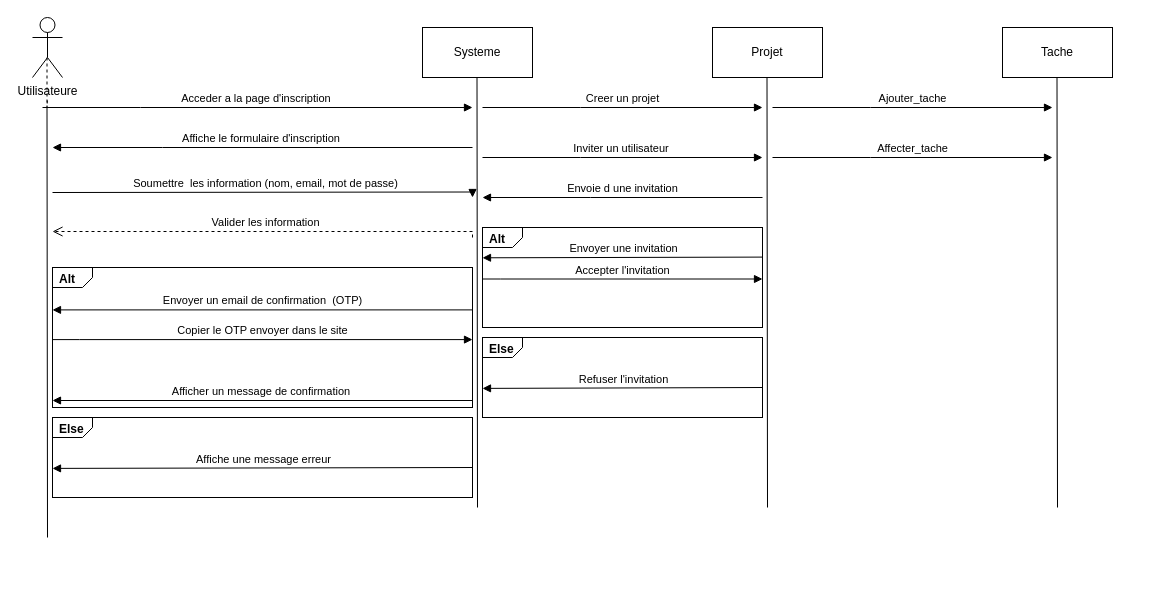
Above: Conception/UML/Diagramme de sequence.drawio in haki24gamer/Mashru3 (draw.io), before the change. Source tidied: cells renumbered, new cells numbered last; positions are measured from the earlier drawing's top-left corner, leaving out a move shared by most shapes. Both pictures are drawn from the tidied source at 100%, with x=0, y=0 at pixel (32, 17).
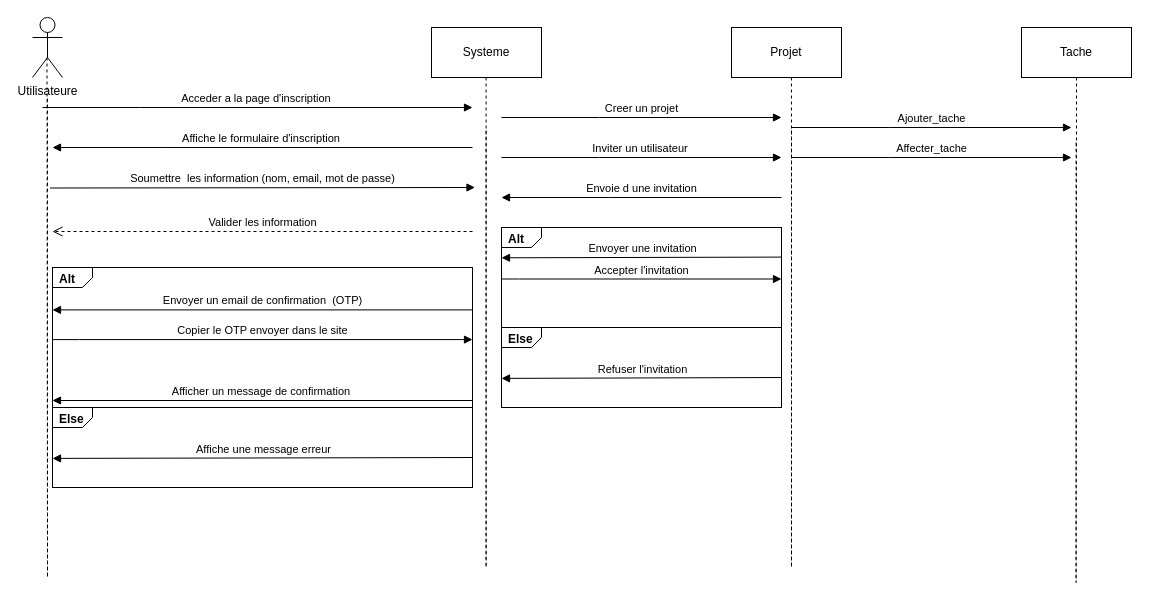
After the change.

Commit message:
Changes to be committed: 	modified:   Conception/UML/Diagramme de sequence.drawio

Diff of the diagram source:
```diff
@@
     <mxCell id="3" value="Valider les information" style="html=1;verticalAlign=bottom;endArrow=open;dashed=1;endSize=8;edgeStyle=elbowEdgeStyle;elbow=vertical;curved=0;rounded=0;" parent="1" edge="1">
       <mxGeometry relative="1" as="geometry">
-        <mxPoint x="440" y="220" as="sourcePoint" />
+        <mxPoint x="440" y="214" as="sourcePoint" />
         <mxPoint x="20" y="214" as="targetPoint" />
         <Array as="points">
           <mxPoint x="125" y="214" />
         </Array>
       </mxGeometry>
     </mxCell>
@@
     <mxCell id="6" value="Soumettre&amp;nbsp; les information (nom, email, mot de passe)" style="html=1;verticalAlign=bottom;endArrow=block;edgeStyle=elbowEdgeStyle;elbow=vertical;curved=0;rounded=0;" parent="1" edge="1">
       <mxGeometry relative="1" as="geometry">
-        <mxPoint x="20" y="175" as="sourcePoint" />
-        <mxPoint x="440" y="180" as="targetPoint" />
+        <mxPoint x="17.5" y="170.5" as="sourcePoint" />
+        <mxPoint x="442.5" y="170" as="targetPoint" />
         <Array as="points">
-          <mxPoint x="116" y="174.5" />
+          <mxPoint x="113.5" y="170" />
         </Array>
       </mxGeometry>
     </mxCell>
     <mxCell id="7" style="edgeStyle=none;html=1;dashed=1;endArrow=none;rounded=0;" parent="1" edge="1">
       <mxGeometry x="1" relative="1" as="geometry">
         <mxPoint x="14.5" y="40" as="sourcePoint" />
         <mxPoint x="15" y="80" as="targetPoint" />
         <Array as="points">
-          <mxPoint x="14.5" y="90" />
+          <mxPoint x="15" y="560" />
         </Array>
       </mxGeometry>
     </mxCell>
@@
     <mxCell id="13" style="html=1;shape=mxgraph.sysml.package;labelX=40;whiteSpace=wrap;align=center;" parent="1" vertex="1">
-      <mxGeometry x="20" y="400" width="420" height="80" as="geometry" />
+      <mxGeometry x="20" y="390" width="420" height="80" as="geometry" />
     </mxCell>
@@
-    <mxCell id="16" style="edgeStyle=none;orthogonalLoop=1;jettySize=auto;html=1;endArrow=none;endFill=0;" parent="1" edge="1">
-      <mxGeometry relative="1" as="geometry">
-        <mxPoint x="14.5" y="90" as="sourcePoint" />
-        <mxPoint x="15" y="520" as="targetPoint" />
-      </mxGeometry>
-    </mxCell>
     <mxCell id="17" value="Systeme" style="whiteSpace=wrap;html=1;" parent="1" vertex="1">
-      <mxGeometry x="390" y="10" width="110" height="50" as="geometry" />
+      <mxGeometry x="399" y="10" width="110" height="50" as="geometry" />
     </mxCell>
-    <mxCell id="18" style="edgeStyle=none;orthogonalLoop=1;jettySize=auto;html=1;endArrow=none;endFill=0;" parent="1" edge="1">
-      <mxGeometry relative="1" as="geometry">
-        <mxPoint x="444.5" y="60" as="sourcePoint" />
-        <mxPoint x="445" y="490" as="targetPoint" />
-      </mxGeometry>
-    </mxCell>
     <mxCell id="19" value="Projet" style="whiteSpace=wrap;html=1;" parent="1" vertex="1">
-      <mxGeometry x="680" y="10" width="110" height="50" as="geometry" />
+      <mxGeometry x="699" y="10" width="110" height="50" as="geometry" />
     </mxCell>
-    <mxCell id="20" style="edgeStyle=none;orthogonalLoop=1;jettySize=auto;html=1;endArrow=none;endFill=0;" parent="1" edge="1">
-      <mxGeometry relative="1" as="geometry">
-        <mxPoint x="734.5" y="60" as="sourcePoint" />
-        <mxPoint x="735" y="490" as="targetPoint" />
-      </mxGeometry>
-    </mxCell>
     <mxCell id="21" value="Tache" style="whiteSpace=wrap;html=1;" parent="1" vertex="1">
-      <mxGeometry x="970" y="10" width="110" height="50" as="geometry" />
+      <mxGeometry x="989" y="10" width="110" height="50" as="geometry" />
     </mxCell>
-    <mxCell id="22" style="edgeStyle=none;orthogonalLoop=1;jettySize=auto;html=1;endArrow=none;endFill=0;" parent="1" edge="1">
-      <mxGeometry relative="1" as="geometry">
-        <mxPoint x="1024.5" y="60" as="sourcePoint" />
-        <mxPoint x="1025" y="490" as="targetPoint" />
-      </mxGeometry>
-    </mxCell>
     <mxCell id="23" value="Creer un projet" style="html=1;verticalAlign=bottom;endArrow=block;edgeStyle=elbowEdgeStyle;elbow=vertical;curved=0;rounded=0;" parent="1" edge="1">
       <mxGeometry relative="1" as="geometry">
-        <mxPoint x="450" y="90" as="sourcePoint" />
-        <mxPoint x="730" y="90" as="targetPoint" />
+        <mxPoint x="469" y="100" as="sourcePoint" />
+        <mxPoint x="749" y="100" as="targetPoint" />
         <Array as="points">
-          <mxPoint x="548" y="90" />
+          <mxPoint x="567" y="100" />
         </Array>
       </mxGeometry>
     </mxCell>
     <mxCell id="24" value="Envoie d une invitation" style="html=1;verticalAlign=bottom;endArrow=block;edgeStyle=elbowEdgeStyle;elbow=vertical;curved=0;rounded=0;" parent="1" edge="1">
       <mxGeometry relative="1" as="geometry">
-        <mxPoint x="730" y="180" as="sourcePoint" />
-        <mxPoint x="450" y="180" as="targetPoint" />
+        <mxPoint x="749" y="180" as="sourcePoint" />
+        <mxPoint x="469" y="180" as="targetPoint" />
         <Array as="points">
-          <mxPoint x="558" y="180" />
+          <mxPoint x="577" y="180" />
         </Array>
       </mxGeometry>
     </mxCell>
     <mxCell id="25" value="Inviter un utilisateur&amp;nbsp;" style="html=1;verticalAlign=bottom;endArrow=block;edgeStyle=elbowEdgeStyle;elbow=vertical;curved=0;rounded=0;" parent="1" edge="1">
       <mxGeometry relative="1" as="geometry">
-        <mxPoint x="450" y="140" as="sourcePoint" />
-        <mxPoint x="730" y="140" as="targetPoint" />
+        <mxPoint x="469" y="140" as="sourcePoint" />
+        <mxPoint x="749" y="140" as="targetPoint" />
         <Array as="points">
-          <mxPoint x="548" y="140" />
+          <mxPoint x="567" y="140" />
         </Array>
       </mxGeometry>
     </mxCell>
     <mxCell id="26" value="Ajouter_tache" style="html=1;verticalAlign=bottom;endArrow=block;edgeStyle=elbowEdgeStyle;elbow=vertical;curved=0;rounded=0;" parent="1" edge="1">
       <mxGeometry relative="1" as="geometry">
-        <mxPoint x="740" y="90" as="sourcePoint" />
-        <mxPoint x="1020" y="90" as="targetPoint" />
+        <mxPoint x="759" y="110" as="sourcePoint" />
+        <mxPoint x="1039" y="110" as="targetPoint" />
         <Array as="points">
-          <mxPoint x="838" y="90" />
+          <mxPoint x="857" y="110" />
         </Array>
       </mxGeometry>
     </mxCell>
     <mxCell id="27" value="Affecter_tache" style="html=1;verticalAlign=bottom;endArrow=block;edgeStyle=elbowEdgeStyle;elbow=vertical;curved=0;rounded=0;" parent="1" edge="1">
       <mxGeometry relative="1" as="geometry">
-        <mxPoint x="740" y="140" as="sourcePoint" />
-        <mxPoint x="1020" y="140" as="targetPoint" />
+        <mxPoint x="759" y="140" as="sourcePoint" />
+        <mxPoint x="1039" y="140" as="targetPoint" />
         <Array as="points">
-          <mxPoint x="838" y="140" />
+          <mxPoint x="857" y="140" />
         </Array>
       </mxGeometry>
     </mxCell>
     <mxCell id="28" style="html=1;shape=mxgraph.sysml.package;labelX=40;whiteSpace=wrap;align=center;" parent="1" vertex="1">
-      <mxGeometry x="450" y="210" width="280" height="100" as="geometry" />
+      <mxGeometry x="469" y="210" width="280" height="100" as="geometry" />
     </mxCell>
@@
     <mxCell id="32" style="html=1;shape=mxgraph.sysml.package;labelX=40;whiteSpace=wrap;align=center;" parent="1" vertex="1">
-      <mxGeometry x="450" y="320" width="280" height="80" as="geometry" />
+      <mxGeometry x="469" y="310" width="280" height="80" as="geometry" />
     </mxCell>
@@
+    <mxCell id="35" style="edgeStyle=none;html=1;dashed=1;endArrow=none;rounded=0;exitX=0.545;exitY=1;exitDx=0;exitDy=0;exitPerimeter=0;" parent="1" edge="1" source="19">
+      <mxGeometry x="1" relative="1" as="geometry">
+        <mxPoint x="759" y="110" as="targetPoint" />
+        <Array as="points">
+          <mxPoint x="759" y="550" />
+        </Array>
+      </mxGeometry>
+    </mxCell>
+    <mxCell id="36" style="edgeStyle=none;html=1;dashed=1;endArrow=none;rounded=0;exitX=0.5;exitY=1;exitDx=0;exitDy=0;" parent="1" edge="1" source="21">
+      <mxGeometry x="1" relative="1" as="geometry">
+        <mxPoint x="1043.6" y="125" as="targetPoint" />
+        <Array as="points">
+          <mxPoint x="1043.6" y="565" />
+        </Array>
+      </mxGeometry>
+    </mxCell>
+    <mxCell id="37" style="edgeStyle=none;html=1;dashed=1;endArrow=none;rounded=0;exitX=0.545;exitY=1;exitDx=0;exitDy=0;exitPerimeter=0;" parent="1" edge="1">
+      <mxGeometry x="1" relative="1" as="geometry">
+        <mxPoint x="453.6" y="60" as="sourcePoint" />
+        <mxPoint x="453.6" y="110" as="targetPoint" />
+        <Array as="points">
+          <mxPoint x="453.6" y="550" />
+        </Array>
+      </mxGeometry>
+    </mxCell>
```
